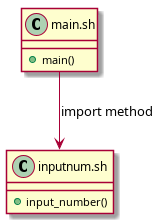
Earlier version of the PlantUML export docs/user-input_activity.png (Jumacde/shellscript_whileloop). Its source is kept beside it as docs/user-input_activity.puml.
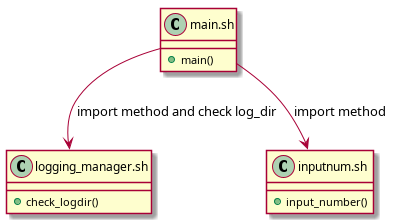
Above is the later version.

Diff of the diagram source:
```diff
@@ -1,10 +1,14 @@
 @startuml
 	class "main.sh" as main {
 		+main()
+}
+	class "logging_manager.sh" as logging {
+		+check_logdir()
 }
 	class "inputnum.sh" as inputnum {
 		+input_number()
 }
 
+main --> logging: import method and check log_dir
 main --> inputnum: import method
 @enduml
```
